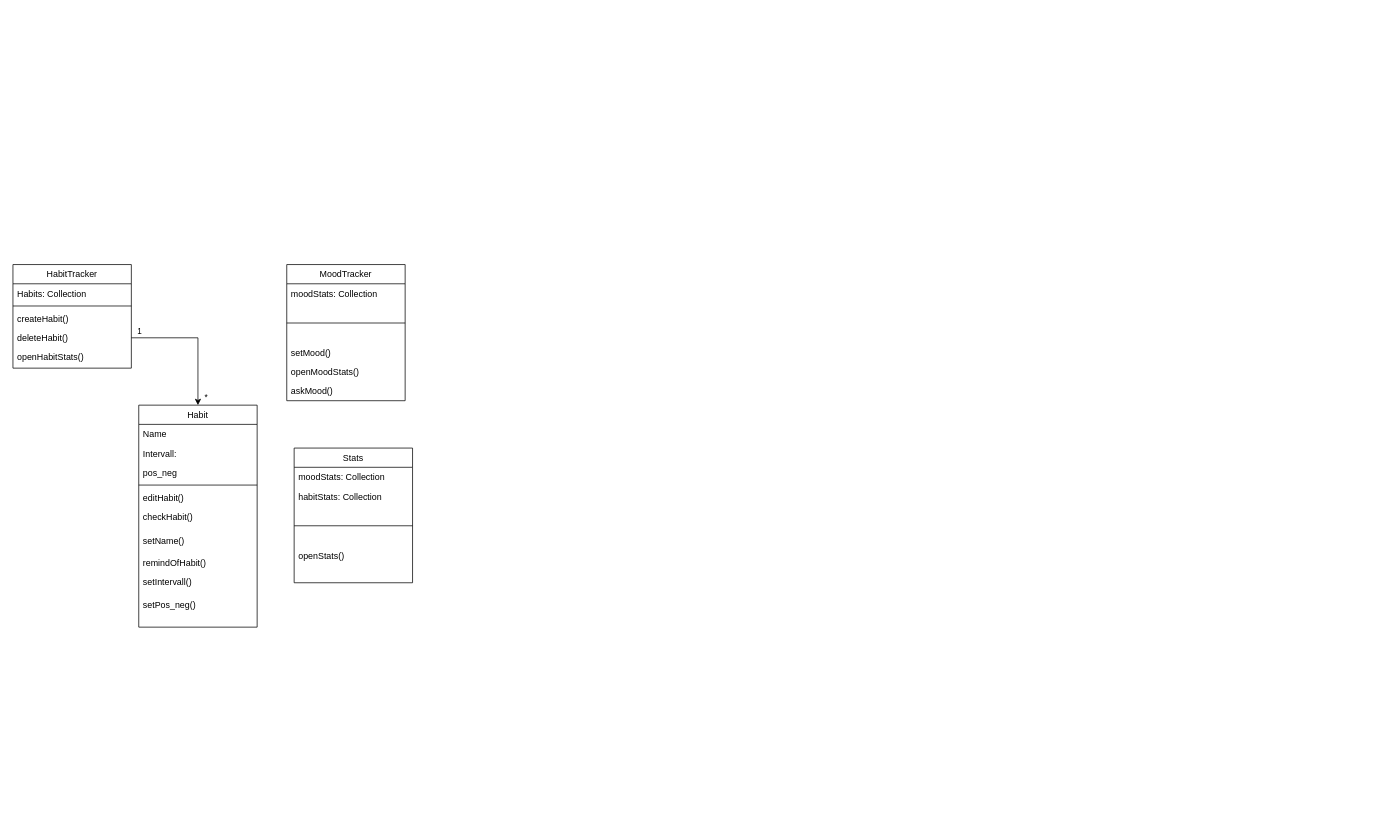
AlessaW/Habittracker keeps this draw.io diagram as diagramme/Klassendiagramm.drawio. Above is the earlier version. Source tidied: cells renumbered, new cells numbered last; positions are measured from the earlier drawing's top-left corner, leaving out a move shared by most shapes. Both pictures are drawn from the tidied source at 74%, with x=0, y=0 at pixel (13, 264).
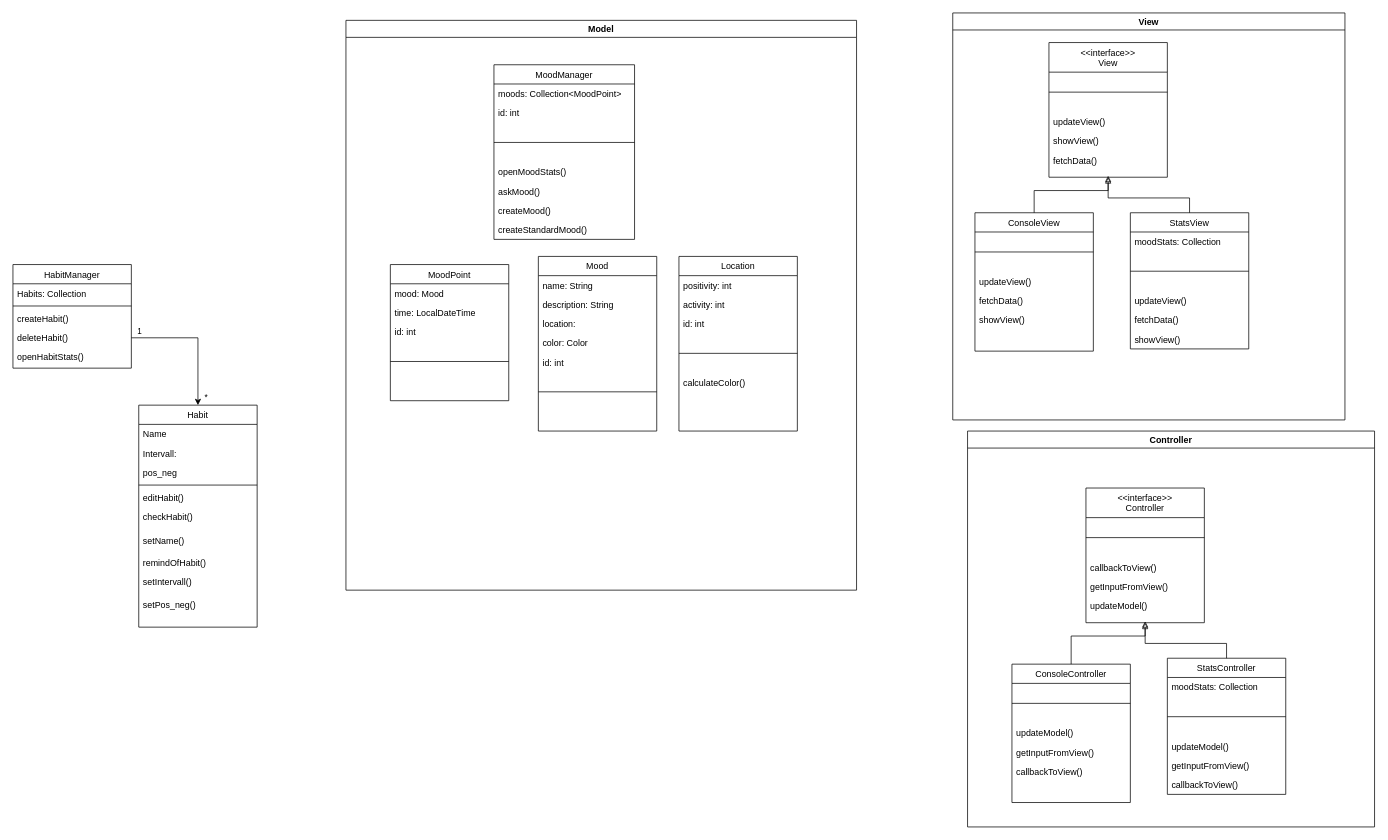
The same page after the edit.

Commit message:
Klassendiagramm erweitert

What changed in the source:
```diff
@@
-    <mxCell id="13" value="HabitTracker" style="swimlane;fontStyle=0;align=center;verticalAlign=top;horizontal=1;startSize=26;rounded=0;shadow=0;strokeWidth=1;" parent="1" vertex="1">
+    <mxCell id="13" value="HabitManager" style="swimlane;fontStyle=0;align=center;verticalAlign=top;horizontal=1;startSize=26;rounded=0;shadow=0;strokeWidth=1;" parent="1" vertex="1">
       <mxGeometry width="160" height="140" as="geometry" />
     </mxCell>
@@
+    <mxCell id="33" value="Model" style="swimlane;" parent="1" vertex="1">
+      <mxGeometry x="450" y="-330" width="690" height="770" as="geometry" />
+    </mxCell>
+    <mxCell id="34" value="MoodPoint" style="swimlane;fontStyle=0;align=center;verticalAlign=top;horizontal=1;startSize=26;rounded=0;shadow=0;strokeWidth=1;" parent="33" vertex="1">
+      <mxGeometry x="60" y="330" width="160" height="184" as="geometry" />
+    </mxCell>
+    <mxCell id="35" value="mood: Mood" style="text;align=left;verticalAlign=top;spacingLeft=4;spacingRight=4;overflow=hidden;rounded=0;shadow=0;html=0;" parent="34" vertex="1">
+      <mxGeometry y="26" width="160" height="26" as="geometry" />
+    </mxCell>
+    <mxCell id="36" value="time: LocalDateTime" style="text;align=left;verticalAlign=top;spacingLeft=4;spacingRight=4;overflow=hidden;rounded=0;shadow=0;html=0;" parent="34" vertex="1">
+      <mxGeometry y="52" width="160" height="26" as="geometry" />
+    </mxCell>
+    <mxCell id="37" value="id: int" style="text;align=left;verticalAlign=top;spacingLeft=4;spacingRight=4;overflow=hidden;rounded=0;shadow=0;html=0;" parent="34" vertex="1">
+      <mxGeometry y="78" width="160" height="26" as="geometry" />
+    </mxCell>
+    <mxCell id="38" style="line;html=1;strokeWidth=1;align=left;verticalAlign=middle;spacingTop=-1;spacingLeft=3;spacingRight=3;labelPosition=right;" parent="34" vertex="1">
+      <mxGeometry y="104" width="160" height="54" as="geometry" />
+    </mxCell>
+    <mxCell id="39" value="Mood" style="swimlane;fontStyle=0;align=center;verticalAlign=top;horizontal=1;startSize=26;rounded=0;shadow=0;strokeWidth=1;" parent="33" vertex="1">
+      <mxGeometry x="260" y="319" width="160" height="236" as="geometry" />
+    </mxCell>
+    <mxCell id="40" value="name: String" style="text;align=left;verticalAlign=top;spacingLeft=4;spacingRight=4;overflow=hidden;rounded=0;shadow=0;html=0;" parent="39" vertex="1">
+      <mxGeometry y="26" width="160" height="26" as="geometry" />
+    </mxCell>
+    <mxCell id="41" value="description: String" style="text;align=left;verticalAlign=top;spacingLeft=4;spacingRight=4;overflow=hidden;rounded=0;shadow=0;html=0;" parent="39" vertex="1">
+      <mxGeometry y="52" width="160" height="26" as="geometry" />
+    </mxCell>
+    <mxCell id="42" value="location: " style="text;align=left;verticalAlign=top;spacingLeft=4;spacingRight=4;overflow=hidden;rounded=0;shadow=0;html=0;" parent="39" vertex="1">
+      <mxGeometry y="78" width="160" height="26" as="geometry" />
+    </mxCell>
+    <mxCell id="43" value="color: Color" style="text;align=left;verticalAlign=top;spacingLeft=4;spacingRight=4;overflow=hidden;rounded=0;shadow=0;html=0;" parent="39" vertex="1">
+      <mxGeometry y="104" width="160" height="26" as="geometry" />
+    </mxCell>
+    <mxCell id="44" value="id: int" style="text;align=left;verticalAlign=top;spacingLeft=4;spacingRight=4;overflow=hidden;rounded=0;shadow=0;html=0;" parent="39" vertex="1">
+      <mxGeometry y="130" width="160" height="26" as="geometry" />
+    </mxCell>
+    <mxCell id="45" style="line;html=1;strokeWidth=1;align=left;verticalAlign=middle;spacingTop=-1;spacingLeft=3;spacingRight=3;labelPosition=right;" parent="39" vertex="1">
+      <mxGeometry y="156" width="160" height="54" as="geometry" />
+    </mxCell>
+    <mxCell id="46" value="Location" style="swimlane;fontStyle=0;align=center;verticalAlign=top;horizontal=1;startSize=26;rounded=0;shadow=0;strokeWidth=1;" parent="33" vertex="1">
+      <mxGeometry x="450" y="319" width="160" height="236" as="geometry" />
+    </mxCell>
+    <mxCell id="47" value="positivity: int" style="text;align=left;verticalAlign=top;spacingLeft=4;spacingRight=4;overflow=hidden;rounded=0;shadow=0;html=0;" parent="46" vertex="1">
+      <mxGeometry y="26" width="160" height="26" as="geometry" />
+    </mxCell>
+    <mxCell id="48" value="activity: int" style="text;align=left;verticalAlign=top;spacingLeft=4;spacingRight=4;overflow=hidden;rounded=0;shadow=0;html=0;" parent="46" vertex="1">
+      <mxGeometry y="52" width="160" height="26" as="geometry" />
+    </mxCell>
+    <mxCell id="49" value="id: int" style="text;align=left;verticalAlign=top;spacingLeft=4;spacingRight=4;overflow=hidden;rounded=0;shadow=0;html=0;" parent="46" vertex="1">
+      <mxGeometry y="78" width="160" height="26" as="geometry" />
+    </mxCell>
+    <mxCell id="50" style="line;html=1;strokeWidth=1;align=left;verticalAlign=middle;spacingTop=-1;spacingLeft=3;spacingRight=3;labelPosition=right;" parent="46" vertex="1">
+      <mxGeometry y="104" width="160" height="54" as="geometry" />
+    </mxCell>
+    <mxCell id="51" value="calculateColor()" style="text;align=left;verticalAlign=top;spacingLeft=4;spacingRight=4;overflow=hidden;rounded=0;shadow=0;html=0;" parent="46" vertex="1">
+      <mxGeometry y="158" width="160" height="26" as="geometry" />
+    </mxCell>
-    <mxCell id="22" value="MoodTracker" style="swimlane;fontStyle=0;align=center;verticalAlign=top;horizontal=1;startSize=26;rounded=0;shadow=0;strokeWidth=1;" parent="1" vertex="1">
-      <mxGeometry x="370" width="160" height="184" as="geometry" />
+    <mxCell id="22" value="MoodManager" style="swimlane;fontStyle=0;align=center;verticalAlign=top;horizontal=1;startSize=26;rounded=0;shadow=0;strokeWidth=1;" parent="33" vertex="1">
+      <mxGeometry x="200" y="60" width="190" height="236" as="geometry" />
     </mxCell>
-    <mxCell id="23" value="moodStats: Collection" style="text;align=left;verticalAlign=top;spacingLeft=4;spacingRight=4;overflow=hidden;rounded=0;shadow=0;html=0;" parent="22" vertex="1">
-      <mxGeometry y="26" width="160" height="26" as="geometry" />
+    <mxCell id="23" value="moods: Collection&lt;MoodPoint&gt;" style="text;align=left;verticalAlign=top;spacingLeft=4;spacingRight=4;overflow=hidden;rounded=0;shadow=0;html=0;" parent="22" vertex="1">
+      <mxGeometry y="26" width="190" height="26" as="geometry" />
     </mxCell>
+    <mxCell id="52" value="id: int" style="text;align=left;verticalAlign=top;spacingLeft=4;spacingRight=4;overflow=hidden;rounded=0;shadow=0;html=0;" parent="22" vertex="1">
+      <mxGeometry y="52" width="190" height="26" as="geometry" />
+    </mxCell>
     <mxCell id="24" style="line;html=1;strokeWidth=1;align=left;verticalAlign=middle;spacingTop=-1;spacingLeft=3;spacingRight=3;labelPosition=right;" parent="22" vertex="1">
-      <mxGeometry y="52" width="160" height="54" as="geometry" />
+      <mxGeometry y="78" width="190" height="54" as="geometry" />
     </mxCell>
-    <mxCell id="25" value="setMood()" style="text;align=left;verticalAlign=top;spacingLeft=4;spacingRight=4;overflow=hidden;rounded=0;shadow=0;html=0;" parent="22" vertex="1">
-      <mxGeometry y="106" width="160" height="26" as="geometry" />
-    </mxCell>
     <mxCell id="26" value="openMoodStats()" style="text;align=left;verticalAlign=top;spacingLeft=4;spacingRight=4;overflow=hidden;rounded=0;shadow=0;html=0;" parent="22" vertex="1">
-      <mxGeometry y="132" width="160" height="26" as="geometry" />
+      <mxGeometry y="132" width="190" height="26" as="geometry" />
     </mxCell>
     <mxCell id="27" value="askMood()" style="text;align=left;verticalAlign=top;spacingLeft=4;spacingRight=4;overflow=hidden;rounded=0;shadow=0;html=0;" parent="22" vertex="1">
-      <mxGeometry y="158" width="160" height="26" as="geometry" />
+      <mxGeometry y="158" width="190" height="26" as="geometry" />
     </mxCell>
+    <mxCell id="53" value="createMood()" style="text;align=left;verticalAlign=top;spacingLeft=4;spacingRight=4;overflow=hidden;rounded=0;shadow=0;html=0;" parent="22" vertex="1">
+      <mxGeometry y="184" width="190" height="26" as="geometry" />
+    </mxCell>
+    <mxCell id="54" value="createStandardMood()" style="text;align=left;verticalAlign=top;spacingLeft=4;spacingRight=4;overflow=hidden;rounded=0;shadow=0;html=0;" parent="22" vertex="1">
+      <mxGeometry y="210" width="190" height="26" as="geometry" />
+    </mxCell>
+    <mxCell id="55" value="View" style="swimlane;" parent="1" vertex="1">
+      <mxGeometry x="1270" y="-340" width="530" height="550" as="geometry" />
+    </mxCell>
+    <mxCell id="56" value="ConsoleView" style="swimlane;fontStyle=0;align=center;verticalAlign=top;horizontal=1;startSize=26;rounded=0;shadow=0;strokeWidth=1;" parent="55" vertex="1">
+      <mxGeometry x="30" y="270" width="160" height="187" as="geometry" />
+    </mxCell>
+    <mxCell id="57" style="line;html=1;strokeWidth=1;align=left;verticalAlign=middle;spacingTop=-1;spacingLeft=3;spacingRight=3;labelPosition=right;" parent="56" vertex="1">
+      <mxGeometry y="26" width="160" height="54" as="geometry" />
+    </mxCell>
+    <mxCell id="58" value="updateView()" style="text;align=left;verticalAlign=top;spacingLeft=4;spacingRight=4;overflow=hidden;rounded=0;shadow=0;html=0;" parent="56" vertex="1">
+      <mxGeometry y="80" width="160" height="26" as="geometry" />
+    </mxCell>
+    <mxCell id="59" value="fetchData()" style="text;align=left;verticalAlign=top;spacingLeft=4;spacingRight=4;overflow=hidden;rounded=0;shadow=0;html=0;" parent="56" vertex="1">
+      <mxGeometry y="106" width="160" height="26" as="geometry" />
+    </mxCell>
+    <mxCell id="60" value="showView()" style="text;align=left;verticalAlign=top;spacingLeft=4;spacingRight=4;overflow=hidden;rounded=0;shadow=0;html=0;" parent="56" vertex="1">
+      <mxGeometry y="132" width="160" height="26" as="geometry" />
+    </mxCell>
-    <mxCell id="28" value="Stats" style="swimlane;fontStyle=0;align=center;verticalAlign=top;horizontal=1;startSize=26;rounded=0;shadow=0;strokeWidth=1;" parent="1" vertex="1">
-      <mxGeometry x="380" y="248" width="160" height="182" as="geometry" />
+    <mxCell id="28" value="StatsView" style="swimlane;fontStyle=0;align=center;verticalAlign=top;horizontal=1;startSize=26;rounded=0;shadow=0;strokeWidth=1;" parent="55" vertex="1">
+      <mxGeometry x="240" y="270" width="160" height="184" as="geometry" />
     </mxCell>
@@
-    <mxCell id="30" value="habitStats: Collection" style="text;align=left;verticalAlign=top;spacingLeft=4;spacingRight=4;overflow=hidden;rounded=0;shadow=0;html=0;" parent="28" vertex="1">
-      <mxGeometry y="52" width="160" height="26" as="geometry" />
-    </mxCell>
     <mxCell id="31" style="line;html=1;strokeWidth=1;align=left;verticalAlign=middle;spacingTop=-1;spacingLeft=3;spacingRight=3;labelPosition=right;" parent="28" vertex="1">
-      <mxGeometry y="78" width="160" height="54" as="geometry" />
+      <mxGeometry y="52" width="160" height="54" as="geometry" />
     </mxCell>
-    <mxCell id="32" value="openStats()" style="text;align=left;verticalAlign=top;spacingLeft=4;spacingRight=4;overflow=hidden;rounded=0;shadow=0;html=0;" parent="28" vertex="1">
-      <mxGeometry y="132" width="160" height="26" as="geometry" />
-    </mxCell>
+    <mxCell id="61" value="updateView()" style="text;align=left;verticalAlign=top;spacingLeft=4;spacingRight=4;overflow=hidden;rounded=0;shadow=0;html=0;" parent="28" vertex="1">
+      <mxGeometry y="106" width="160" height="26" as="geometry" />
+    </mxCell>
+    <mxCell id="62" value="fetchData()" style="text;align=left;verticalAlign=top;spacingLeft=4;spacingRight=4;overflow=hidden;rounded=0;shadow=0;html=0;" parent="28" vertex="1">
+      <mxGeometry y="132" width="160" height="26" as="geometry" />
+    </mxCell>
+    <mxCell id="63" value="showView()" style="text;align=left;verticalAlign=top;spacingLeft=4;spacingRight=4;overflow=hidden;rounded=0;shadow=0;html=0;" parent="28" vertex="1">
+      <mxGeometry y="158" width="160" height="26" as="geometry" />
+    </mxCell>
+    <mxCell id="64" value="&lt;&lt;interface&gt;&gt;&#10;View" style="swimlane;fontStyle=0;align=center;verticalAlign=top;horizontal=1;startSize=40;rounded=0;shadow=0;strokeWidth=1;" parent="55" vertex="1">
+      <mxGeometry x="130" y="40" width="160" height="182" as="geometry" />
+    </mxCell>
+    <mxCell id="65" style="line;html=1;strokeWidth=1;align=left;verticalAlign=middle;spacingTop=-1;spacingLeft=3;spacingRight=3;labelPosition=right;" parent="64" vertex="1">
+      <mxGeometry y="40" width="160" height="54" as="geometry" />
+    </mxCell>
+    <mxCell id="66" value="updateView()" style="text;align=left;verticalAlign=top;spacingLeft=4;spacingRight=4;overflow=hidden;rounded=0;shadow=0;html=0;" parent="64" vertex="1">
+      <mxGeometry y="94" width="160" height="26" as="geometry" />
+    </mxCell>
+    <mxCell id="67" value="showView()" style="text;align=left;verticalAlign=top;spacingLeft=4;spacingRight=4;overflow=hidden;rounded=0;shadow=0;html=0;" parent="64" vertex="1">
+      <mxGeometry y="120" width="160" height="26" as="geometry" />
+    </mxCell>
+    <mxCell id="68" value="fetchData()" style="text;align=left;verticalAlign=top;spacingLeft=4;spacingRight=4;overflow=hidden;rounded=0;shadow=0;html=0;" parent="64" vertex="1">
+      <mxGeometry y="146" width="160" height="26" as="geometry" />
+    </mxCell>
+    <mxCell id="69" style="endArrow=block;html=1;rounded=0;entryX=0.5;entryY=1;entryDx=0;entryDy=0;exitX=0.5;exitY=0;exitDx=0;exitDy=0;endFill=0;" parent="55" edge="1" source="56" target="64">
+      <mxGeometry relative="1" as="geometry">
+        <Array as="points">
+          <mxPoint x="110" y="240" />
+          <mxPoint x="210" y="240" />
+        </Array>
+      </mxGeometry>
+    </mxCell>
+    <mxCell id="70" value="Controller" style="swimlane;" parent="1" vertex="1">
+      <mxGeometry x="1290" y="225" width="550" height="535" as="geometry" />
+    </mxCell>
+    <mxCell id="71" value="ConsoleController" style="swimlane;fontStyle=0;align=center;verticalAlign=top;horizontal=1;startSize=26;rounded=0;shadow=0;strokeWidth=1;" parent="70" vertex="1">
+      <mxGeometry x="60" y="315" width="160" height="187" as="geometry" />
+    </mxCell>
+    <mxCell id="72" style="line;html=1;strokeWidth=1;align=left;verticalAlign=middle;spacingTop=-1;spacingLeft=3;spacingRight=3;labelPosition=right;" parent="71" vertex="1">
+      <mxGeometry y="26" width="160" height="54" as="geometry" />
+    </mxCell>
+    <mxCell id="73" value="updateModel()" style="text;align=left;verticalAlign=top;spacingLeft=4;spacingRight=4;overflow=hidden;rounded=0;shadow=0;html=0;" parent="71" vertex="1">
+      <mxGeometry y="80" width="160" height="26" as="geometry" />
+    </mxCell>
+    <mxCell id="74" value="getInputFromView()" style="text;align=left;verticalAlign=top;spacingLeft=4;spacingRight=4;overflow=hidden;rounded=0;shadow=0;html=0;" parent="71" vertex="1">
+      <mxGeometry y="106" width="160" height="26" as="geometry" />
+    </mxCell>
+    <mxCell id="75" value="callbackToView()" style="text;align=left;verticalAlign=top;spacingLeft=4;spacingRight=4;overflow=hidden;rounded=0;shadow=0;html=0;" parent="71" vertex="1">
+      <mxGeometry y="132" width="160" height="26" as="geometry" />
+    </mxCell>
+    <mxCell id="76" value="StatsController" style="swimlane;fontStyle=0;align=center;verticalAlign=top;horizontal=1;startSize=26;rounded=0;shadow=0;strokeWidth=1;" parent="70" vertex="1">
+      <mxGeometry x="270" y="307" width="160" height="184" as="geometry" />
+    </mxCell>
+    <mxCell id="77" value="moodStats: Collection" style="text;align=left;verticalAlign=top;spacingLeft=4;spacingRight=4;overflow=hidden;rounded=0;shadow=0;html=0;" parent="76" vertex="1">
+      <mxGeometry y="26" width="160" height="26" as="geometry" />
+    </mxCell>
+    <mxCell id="78" style="line;html=1;strokeWidth=1;align=left;verticalAlign=middle;spacingTop=-1;spacingLeft=3;spacingRight=3;labelPosition=right;" parent="76" vertex="1">
+      <mxGeometry y="52" width="160" height="54" as="geometry" />
+    </mxCell>
+    <mxCell id="79" value="updateModel()" style="text;align=left;verticalAlign=top;spacingLeft=4;spacingRight=4;overflow=hidden;rounded=0;shadow=0;html=0;" parent="76" vertex="1">
+      <mxGeometry y="106" width="160" height="26" as="geometry" />
+    </mxCell>
+    <mxCell id="80" value="getInputFromView()" style="text;align=left;verticalAlign=top;spacingLeft=4;spacingRight=4;overflow=hidden;rounded=0;shadow=0;html=0;" parent="76" vertex="1">
+      <mxGeometry y="132" width="160" height="26" as="geometry" />
+    </mxCell>
+    <mxCell id="81" value="callbackToView()" style="text;align=left;verticalAlign=top;spacingLeft=4;spacingRight=4;overflow=hidden;rounded=0;shadow=0;html=0;" parent="76" vertex="1">
+      <mxGeometry y="158" width="160" height="26" as="geometry" />
+    </mxCell>
+    <mxCell id="82" value="&lt;&lt;interface&gt;&gt;&#10;Controller" style="swimlane;fontStyle=0;align=center;verticalAlign=top;horizontal=1;startSize=40;rounded=0;shadow=0;strokeWidth=1;" parent="70" vertex="1">
+      <mxGeometry x="160" y="77" width="160" height="182" as="geometry" />
+    </mxCell>
+    <mxCell id="83" style="line;html=1;strokeWidth=1;align=left;verticalAlign=middle;spacingTop=-1;spacingLeft=3;spacingRight=3;labelPosition=right;" parent="82" vertex="1">
+      <mxGeometry y="40" width="160" height="54" as="geometry" />
+    </mxCell>
+    <mxCell id="84" value="callbackToView()" style="text;align=left;verticalAlign=top;spacingLeft=4;spacingRight=4;overflow=hidden;rounded=0;shadow=0;html=0;" parent="82" vertex="1">
+      <mxGeometry y="94" width="160" height="26" as="geometry" />
+    </mxCell>
+    <mxCell id="85" value="getInputFromView()" style="text;align=left;verticalAlign=top;spacingLeft=4;spacingRight=4;overflow=hidden;rounded=0;shadow=0;html=0;" parent="82" vertex="1">
+      <mxGeometry y="120" width="160" height="26" as="geometry" />
+    </mxCell>
+    <mxCell id="86" value="updateModel()" style="text;align=left;verticalAlign=top;spacingLeft=4;spacingRight=4;overflow=hidden;rounded=0;shadow=0;html=0;" parent="82" vertex="1">
+      <mxGeometry y="146" width="160" height="26" as="geometry" />
+    </mxCell>
+    <mxCell id="87" style="endArrow=block;html=1;rounded=0;entryX=0.5;entryY=1;entryDx=0;entryDy=0;exitX=0.5;exitY=0;exitDx=0;exitDy=0;endFill=0;" parent="70" edge="1" source="71" target="82">
+      <mxGeometry relative="1" as="geometry">
+        <Array as="points">
+          <mxPoint x="140" y="277" />
+          <mxPoint x="240" y="277" />
+        </Array>
+      </mxGeometry>
+    </mxCell>
+    <mxCell id="88" style="endArrow=block;html=1;rounded=0;exitX=0.5;exitY=0;exitDx=0;exitDy=0;endFill=0;" parent="70" edge="1" source="76">
+      <mxGeometry relative="1" as="geometry">
+        <mxPoint x="240" y="257" as="targetPoint" />
+        <Array as="points">
+          <mxPoint x="350" y="287" />
+          <mxPoint x="240" y="287" />
+        </Array>
+      </mxGeometry>
+    </mxCell>
+    <mxCell id="89" style="endArrow=block;html=1;rounded=0;exitX=0.5;exitY=0;exitDx=0;exitDy=0;endFill=0;" parent="1" edge="1" source="28">
+      <mxGeometry relative="1" as="geometry">
+        <mxPoint x="1480" y="-120" as="targetPoint" />
+        <Array as="points">
+          <mxPoint x="1590" y="-90" />
+          <mxPoint x="1480" y="-90" />
+        </Array>
+      </mxGeometry>
+    </mxCell>
```
